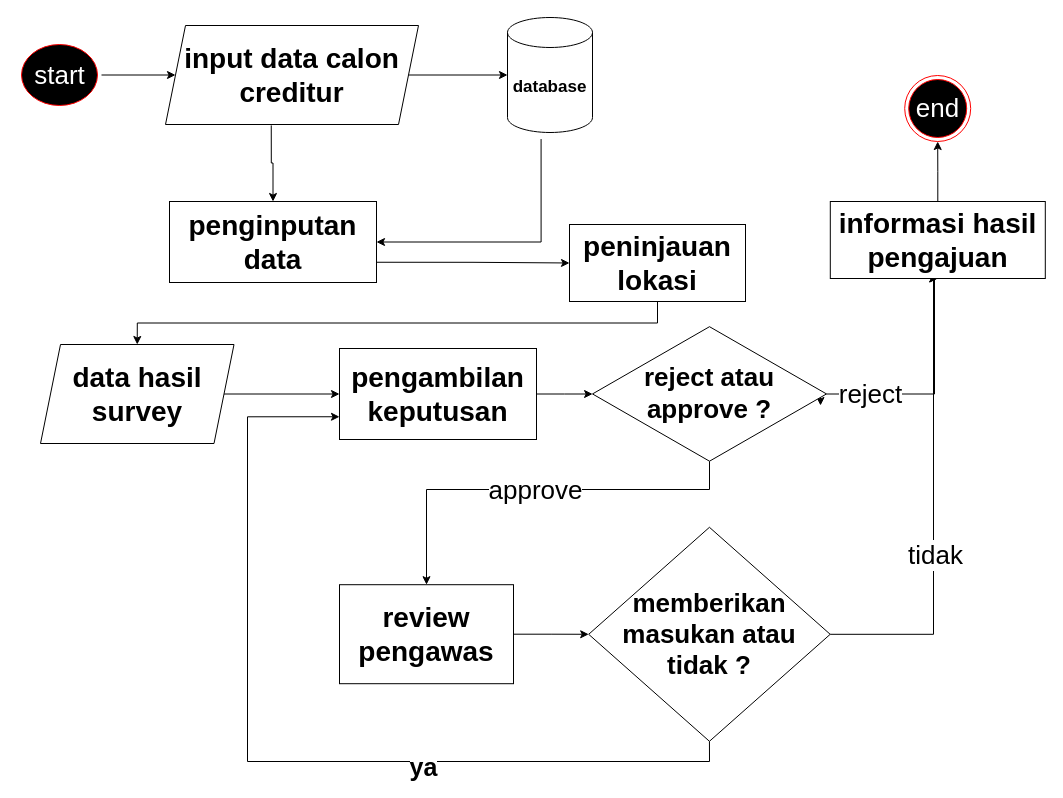
The draw.io diagram page "flowchart system" (1 of 41) of public/Untitled Diagram.drawio in alinurd/simpanPinjam, before the edit. Source tidied: cells renumbered, new cells numbered last; positions are measured from the earlier drawing's top-left corner, leaving out a move shared by most shapes. Both pictures are drawn from the tidied source at 100%, with x=0, y=0 at pixel (17, 17).
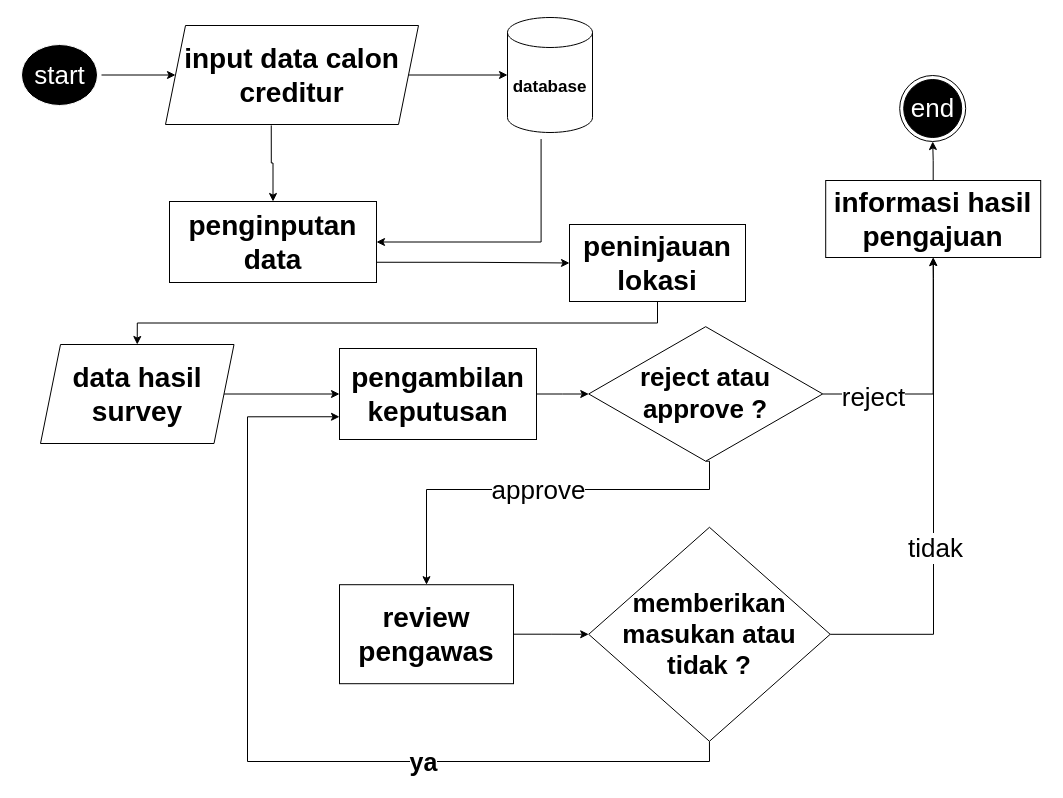
Above is the later version.

Unchanged cells that the change refers to:
```xml
<mxCell id="25" style="edgeStyle=orthogonalEdgeStyle;rounded=0;jettySize=auto;html=1;entryX=0.5;entryY=1;entryDx=0;entryDy=0;" parent="1" edge="1" source="27" target="30">
  <mxGeometry relative="1" as="geometry">
    <Array as="points">
      <mxPoint x="916" y="617" />
      <mxPoint x="916" y="261" />
    </Array>
  </mxGeometry>
</mxCell>
```

Change to the diagram source:
```diff
@@
-    <mxCell id="16" style="edgeStyle=orthogonalEdgeStyle;rounded=0;jettySize=auto;html=1;entryX=0;entryY=0.5;entryDx=0;entryDy=0;fontSize=28;fontStyle=1;" parent="1" edge="1" source="21">
-      <mxGeometry relative="1" as="geometry">
-        <mxPoint x="803" y="388" as="targetPoint" />
-        <Array as="points">
-          <mxPoint x="775" y="388" />
-          <mxPoint x="822" y="389" />
-        </Array>
-      </mxGeometry>
-    </mxCell>
@@
     <mxCell id="19" style="edgeStyle=orthogonalEdgeStyle;rounded=0;jettySize=auto;html=1;entryX=0.5;entryY=1;entryDx=0;entryDy=0;" parent="1" edge="1" source="21" target="30">
-      <mxGeometry relative="1" as="geometry">
-        <Array as="points">
-          <mxPoint x="917" y="377" />
-        </Array>
-      </mxGeometry>
+      <mxGeometry relative="1" as="geometry" />
     </mxCell>
-    <mxCell id="20" value="&lt;font style=&quot;font-size: 26px;&quot;&gt;reject&lt;/font&gt;" style="edgeLabel;html=1;align=center;verticalAlign=middle;" parent="19" vertex="1">
-      <mxGeometry x="-0.18" y="2" relative="1" as="geometry">
-        <mxPoint x="-49" y="2" as="offset" />
-      </mxGeometry>
-    </mxCell>
     <mxCell id="21" value="reject atau approve ?" style="rhombus;whiteSpace=wrap;html=1;fontSize=26;fontStyle=1;" parent="1" vertex="1">
-      <mxGeometry x="575" y="309.2" width="234" height="134.5" as="geometry" />
+      <mxGeometry x="571.2" y="309.2" width="234" height="134.5" as="geometry" />
     </mxCell>
@@
+    <mxCell id="20" value="&lt;font style=&quot;font-size: 26px;&quot;&gt;reject&lt;/font&gt;" style="edgeLabel;html=1;align=center;verticalAlign=middle;" parent="25" vertex="1">
+      <mxGeometry x="-0.21" y="-1" relative="1" as="geometry">
+        <mxPoint x="-62" y="-151" as="offset" />
+      </mxGeometry>
+    </mxCell>
@@
     <mxCell id="28" value="ya" style="edgeLabel;html=1;align=center;verticalAlign=middle;fontSize=25;fontStyle=1;" parent="1" vertex="1">
-      <mxGeometry x="409" y="748" as="geometry">
+      <mxGeometry x="409" y="743" as="geometry">
         <mxPoint x="-4" as="offset" />
       </mxGeometry>
     </mxCell>
@@
     <mxCell id="30" value="informasi hasil pengajuan" style="whiteSpace=wrap;html=1;fontSize=28;fontStyle=1;" parent="1" vertex="1">
-      <mxGeometry x="812.8" y="184" width="215" height="77" as="geometry" />
+      <mxGeometry x="808.2" y="163" width="215" height="77" as="geometry" />
     </mxCell>
-    <mxCell id="31" value="&lt;font color=&quot;#ffffff&quot; style=&quot;font-size: 26px;&quot;&gt;end&lt;/font&gt;" style="ellipse;html=1;shape=endState;fillColor=#000000;strokeColor=#ff0000;" parent="1" vertex="1">
-      <mxGeometry x="887.2" y="58" width="66" height="66" as="geometry" />
+    <mxCell id="31" value="&lt;font color=&quot;#ffffff&quot; style=&quot;font-size: 26px;&quot;&gt;end&lt;/font&gt;" style="ellipse;html=1;shape=endState;fillColor=#000000;strokeColor=#000000;" parent="1" vertex="1">
+      <mxGeometry x="882.2" y="58" width="66" height="66" as="geometry" />
     </mxCell>
-    <mxCell id="32" value="&lt;font style=&quot;font-size: 26px;&quot; color=&quot;#ffffff&quot;&gt;start&lt;/font&gt;" style="ellipse;html=1;shape=startState;fillColor=#000000;strokeColor=#ff0000;" parent="1" vertex="1">
+    <mxCell id="32" value="&lt;font style=&quot;font-size: 26px;&quot; color=&quot;#ffffff&quot;&gt;start&lt;/font&gt;" style="ellipse;html=1;shape=startState;fillColor=#000000;strokeColor=#FFFFFF;" parent="1" vertex="1">
       <mxGeometry y="23" width="84" height="69" as="geometry" />
     </mxCell>
```
